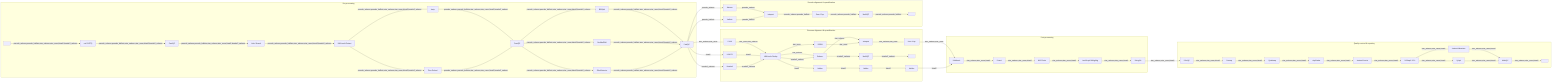
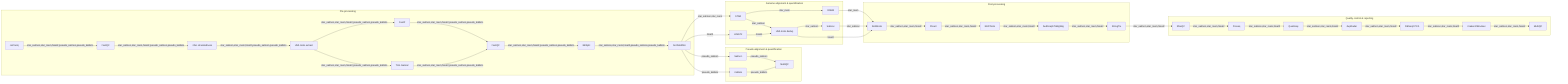
%%metro title: nf-core/rnaseq
%%metro logo: examples/nf-core-rnaseq_logo_dark.png
%%metro style: dark
- %%metro file: fastq_in | FASTQ
- %%metro file: report_final | HTML
- %%metro file: report_quant | HTML
- %%metro file: report_bowtie2 | HTML
%%metro line: star_rsem | Aligner: STAR, Quantification: RSEM | #0570b0
%%metro line: star_salmon | Aligner: STAR, Quantification: Salmon (default) | #2db572
%%metro line: hisat2 | Aligner: HISAT2, Quantification: None | #f5c542
- %%metro line: bowtie2_salmon | Aligner: Bowtie2, Quantification: Salmon | #ff8c00
%%metro line: pseudo_salmon | Pseudo-aligner: Salmon, Quantification: Salmon | #e63946
%%metro line: pseudo_kallisto | Pseudo-aligner: Kallisto, Quantification: Kallisto | #7b2d3b
%%metro legend: bl

graph LR
    subgraph preprocessing [Pre-processing]
-         %%metro exit: right | star_salmon, star_rsem, hisat2, bowtie2_salmon
-         %%metro exit: bottom | pseudo_salmon, pseudo_kallisto
-         fastq_in[ ]
-         cat_fastq[cat FASTQ]
+         cat_fastq[cat fastq]
        fastqc_raw[FastQC]
-         infer_strandedness[Infer Strand.]
-         umi_tools_extract[UMI-tools Extract]
-         fastp[fastp]
+         infer_strandedness[infer strandedness]
+         umi_tools_extract[UMI-tools extract]
+         fastp[FastP]
        trimgalore[Trim Galore!]
        fastqc_trimmed[FastQC]
        bbsplit[BBSplit]
        sortmerna[SortMeRNA]
-         ribodetector[RiboDetector]
-         fastqc_filtered[FastQC]

-         fastq_in -->|pseudo_salmon,pseudo_kallisto,star_salmon,star_rsem,hisat2,bowtie2_salmon| cat_fastq
-         cat_fastq -->|pseudo_salmon,pseudo_kallisto,star_salmon,star_rsem,hisat2,bowtie2_salmon| fastqc_raw
-         fastqc_raw -->|pseudo_salmon,pseudo_kallisto,star_salmon,star_rsem,hisat2,bowtie2_salmon| infer_strandedness
-         infer_strandedness -->|pseudo_salmon,pseudo_kallisto,star_salmon,star_rsem,hisat2,bowtie2_salmon| umi_tools_extract
+         cat_fastq -->|star_salmon,star_rsem,hisat2,pseudo_salmon,pseudo_kallisto| fastqc_raw
+         fastqc_raw -->|star_salmon,star_rsem,hisat2,pseudo_salmon,pseudo_kallisto| infer_strandedness
+         infer_strandedness -->|star_salmon,star_rsem,hisat2,pseudo_salmon,pseudo_kallisto| umi_tools_extract

-         umi_tools_extract -->|pseudo_salmon,pseudo_kallisto,star_salmon,star_rsem,hisat2,bowtie2_salmon| fastp
-         umi_tools_extract -->|pseudo_salmon,pseudo_kallisto,star_salmon,star_rsem,hisat2,bowtie2_salmon| trimgalore
-         fastp -->|pseudo_salmon,pseudo_kallisto,star_salmon,star_rsem,hisat2,bowtie2_salmon| fastqc_trimmed
-         trimgalore -->|pseudo_salmon,pseudo_kallisto,star_salmon,star_rsem,hisat2,bowtie2_salmon| fastqc_trimmed
+         umi_tools_extract -->|star_salmon,star_rsem,hisat2,pseudo_salmon,pseudo_kallisto| fastp
+         umi_tools_extract -->|star_salmon,star_rsem,hisat2,pseudo_salmon,pseudo_kallisto| trimgalore
+         fastp -->|star_salmon,star_rsem,hisat2,pseudo_salmon,pseudo_kallisto| fastqc_trimmed
+         trimgalore -->|star_salmon,star_rsem,hisat2,pseudo_salmon,pseudo_kallisto| fastqc_trimmed

-         fastqc_trimmed -->|pseudo_salmon,pseudo_kallisto,star_salmon,star_rsem,hisat2,bowtie2_salmon| bbsplit
-         fastqc_trimmed -->|pseudo_salmon,pseudo_kallisto,star_salmon,star_rsem,hisat2,bowtie2_salmon| sortmerna
-         fastqc_trimmed -->|pseudo_salmon,pseudo_kallisto,star_salmon,star_rsem,hisat2,bowtie2_salmon| ribodetector
-         bbsplit -->|pseudo_salmon,pseudo_kallisto,star_salmon,star_rsem,hisat2,bowtie2_salmon| fastqc_filtered
-         sortmerna -->|pseudo_salmon,pseudo_kallisto,star_salmon,star_rsem,hisat2,bowtie2_salmon| fastqc_filtered
-         ribodetector -->|pseudo_salmon,pseudo_kallisto,star_salmon,star_rsem,hisat2,bowtie2_salmon| fastqc_filtered
+         fastqc_trimmed -->|star_salmon,star_rsem,hisat2,pseudo_salmon,pseudo_kallisto| bbsplit
+         bbsplit -->|star_salmon,star_rsem,hisat2,pseudo_salmon,pseudo_kallisto| sortmerna
    end

    subgraph genome_align [Genome alignment & quantification]
-         %%metro entry: left | star_salmon, star_rsem, hisat2, bowtie2_salmon
-         %%metro exit: right | star_salmon, star_rsem
-         %%metro exit: right | hisat2
        star[STAR]
        hisat2_align[HISAT2]
-         bowtie2_align[Bowtie2]
        rsem[RSEM]
        salmon_quant[Salmon]
-         umi_tools_dedup[UMI-tools Dedup]
-         tximport_ga[tximport]
-         summarized_exp_ga[Sum. Exp.]
-         multiqc_bowtie2[MultiQC]
-         report_bowtie2[ ]
-         _h1[hidden]
-         _h2[hidden]
-         _h3[hidden]
+         umi_tools_dedup[UMI-tools dedup]

-         star -->|star_rsem,star_salmon| umi_tools_dedup
+         star -->|star_rsem| rsem
+         star -->|star_salmon| umi_tools_dedup
+         umi_tools_dedup -->|star_salmon| salmon_quant
        hisat2_align -->|hisat2| umi_tools_dedup
-         bowtie2_align -->|bowtie2_salmon| umi_tools_dedup
-         umi_tools_dedup -->|star_rsem| rsem
-         umi_tools_dedup -->|star_salmon| salmon_quant
-         umi_tools_dedup -->|hisat2| _h1
-         _h1 -->|hisat2| _h2
-         _h2 -->|hisat2| _h3
-         salmon_quant -->|star_salmon| tximport_ga
-         rsem -->|star_rsem| tximport_ga
-         tximport_ga -->|star_salmon,star_rsem| summarized_exp_ga
-         umi_tools_dedup -->|bowtie2_salmon| salmon_quant
-         salmon_quant -->|bowtie2_salmon| multiqc_bowtie2
-         multiqc_bowtie2 -->|bowtie2_salmon| report_bowtie2
-     end
- 
-     subgraph pseudo_align [Pseudo-alignment & quantification]
-         %%metro entry: left | pseudo_salmon, pseudo_kallisto
-         salmon_pseudo[Salmon]
-         kallisto[Kallisto]
-         tximport_pa[tximport]
-         summarized_exp_pa[Sum. Exp.]
-         multiqc_quant[MultiQC]
-         report_quant[ ]
- 
-         salmon_pseudo -->|pseudo_salmon| tximport_pa
-         kallisto -->|pseudo_kallisto| tximport_pa
-         tximport_pa -->|pseudo_salmon,pseudo_kallisto| summarized_exp_pa
-         summarized_exp_pa -->|pseudo_salmon,pseudo_kallisto| multiqc_quant
-         multiqc_quant -->|pseudo_salmon,pseudo_kallisto| report_quant
    end

    subgraph postprocessing [Post-processing]
-         %%metro direction: TB
-         %%metro entry: left | star_salmon, star_rsem, hisat2
-         %%metro exit: bottom | star_salmon, star_rsem, hisat2
        samtools[SAMtools]
        picard[Picard]
        bedtools[BEDTools]
        bedgraph[bedGraphToBigWig]
        stringtie[StringTie]

        samtools -->|star_salmon,star_rsem,hisat2| picard
        picard -->|star_salmon,star_rsem,hisat2| bedtools
        bedtools -->|star_salmon,star_rsem,hisat2| bedgraph
        bedgraph -->|star_salmon,star_rsem,hisat2| stringtie
    end

+     subgraph pseudo_align [Pseudo-alignment & quantification]
+         salmon_pseudo[Salmon]
+         kallisto[Kallisto]
+         multiqc_pseudo[MultiQC]
+ 
+         salmon_pseudo -->|pseudo_salmon| multiqc_pseudo
+         kallisto -->|pseudo_kallisto| multiqc_pseudo
+     end
+ 
    subgraph qc_report [Quality control & reporting]
-         %%metro direction: RL
-         %%metro entry: top | star_salmon, star_rsem, hisat2
        rseqc[RSeQC]
        preseq[Preseq]
        qualimap[Qualimap]
        dupradar[dupRadar]
-         featurecounts[featureCounts]
        deseq2_pca[DESeq2 PCA]
        kraken2[Kraken2/Bracken]
-         sylph[Sylph]
        multiqc_final[MultiQC]
-         report_final[ ]

        rseqc -->|star_salmon,star_rsem,hisat2| preseq
        preseq -->|star_salmon,star_rsem,hisat2| qualimap
        qualimap -->|star_salmon,star_rsem,hisat2| dupradar
-         dupradar -->|star_salmon,star_rsem,hisat2| featurecounts
-         featurecounts -->|star_salmon,star_rsem,hisat2| deseq2_pca
+         dupradar -->|star_salmon,star_rsem,hisat2| deseq2_pca
        deseq2_pca -->|star_salmon,star_rsem,hisat2| kraken2
-         deseq2_pca -->|star_salmon,star_rsem,hisat2| sylph
        kraken2 -->|star_salmon,star_rsem,hisat2| multiqc_final
-         sylph -->|star_salmon,star_rsem,hisat2| multiqc_final
-         multiqc_final -->|star_salmon,star_rsem,hisat2| report_final
    end

    %% Inter-section edges
-     fastqc_filtered -->|star_salmon,star_rsem| star
-     fastqc_filtered -->|hisat2| hisat2_align
-     fastqc_filtered -->|bowtie2_salmon| bowtie2_align
-     fastqc_filtered -->|pseudo_salmon| salmon_pseudo
-     fastqc_filtered -->|pseudo_kallisto| kallisto
-     summarized_exp_ga -->|star_salmon,star_rsem| samtools
-     _h3 -->|hisat2| samtools
+     sortmerna -->|star_salmon,star_rsem| star
+     sortmerna -->|hisat2| hisat2_align
+     sortmerna -->|pseudo_salmon| salmon_pseudo
+     sortmerna -->|pseudo_kallisto| kallisto
+     salmon_quant -->|star_salmon| samtools
+     rsem -->|star_rsem| samtools
+     umi_tools_dedup -->|hisat2| samtools
    stringtie -->|star_salmon,star_rsem,hisat2| rseqc
